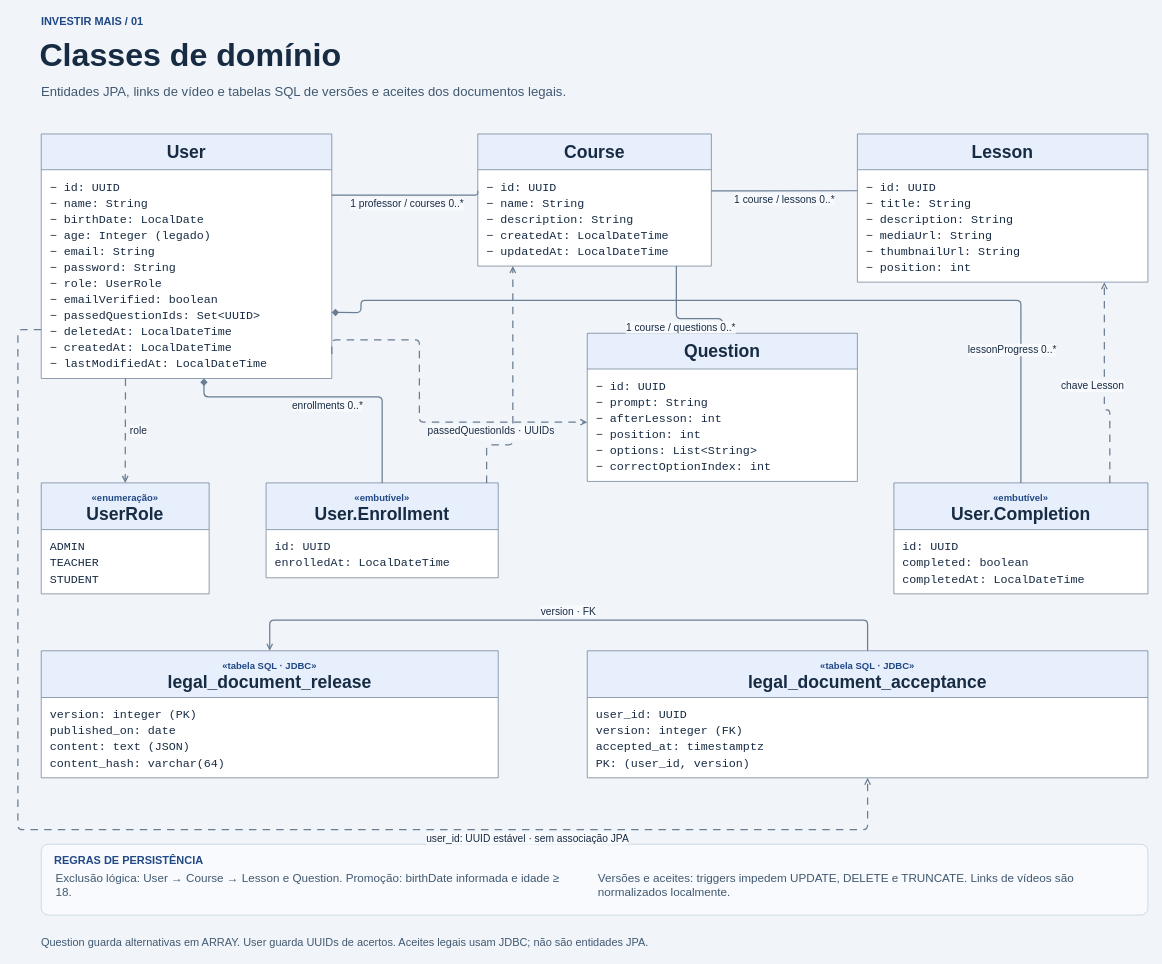
This is page "01 · Classes de domínio" (1 of 5) of docs/diagramas/investir-mais.drawio from GabrielYYM/INVESTIR-MAIS, a draw.io file, before an edit. Source tidied: cells renumbered, new cells numbered last; positions are measured from the earlier drawing's top-left corner, leaving out a move shared by most shapes. Both pictures are drawn from the tidied source at 73%, with x=0, y=0 at pixel (18, 12).
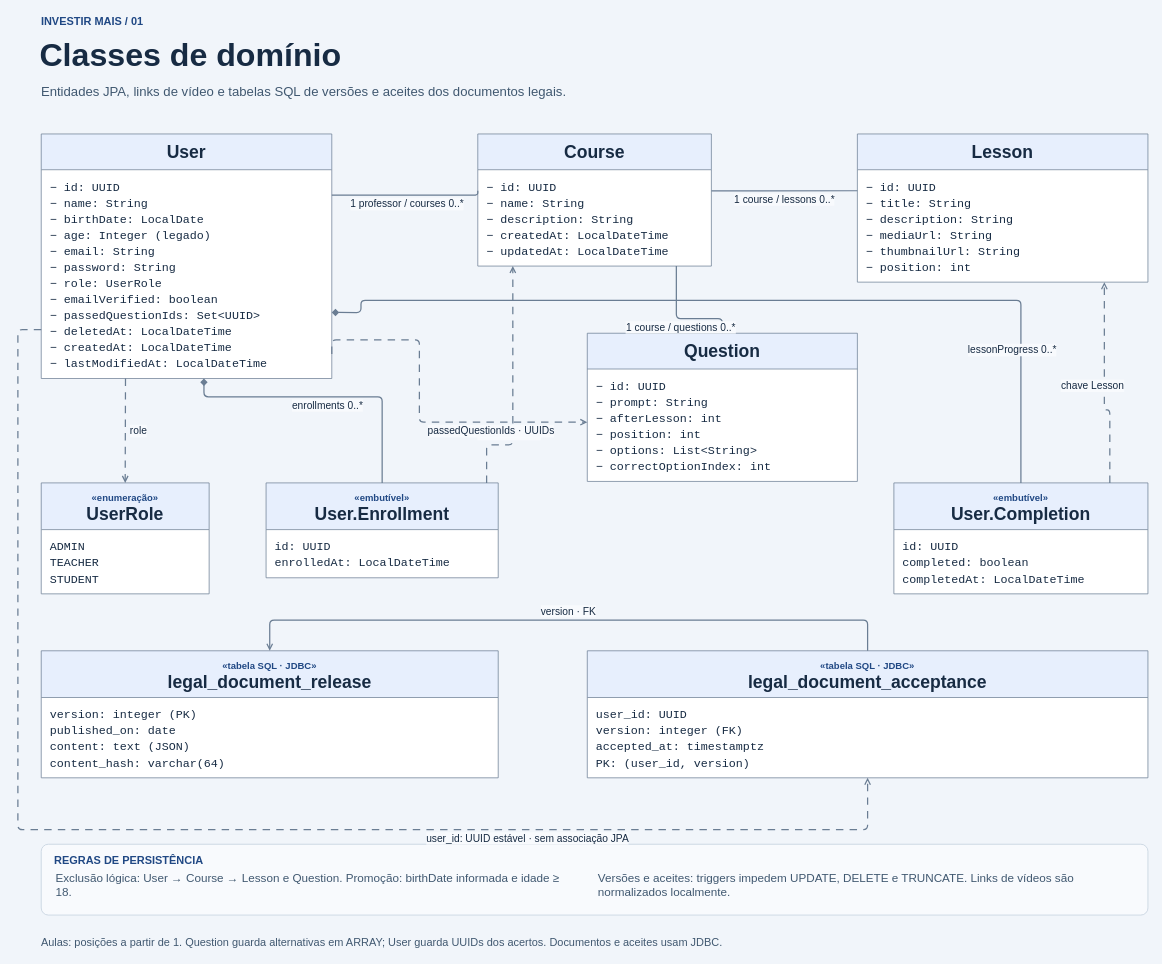
The same page after the edit.

The edit, as a diff of the source:
```diff
@@
-    <mxCell id="5" value="Question guarda alternativas em ARRAY. User guarda UUIDs de acertos. Aceites legais usam JDBC; não são entidades JPA." style="html=1;whiteSpace=wrap;text;strokeColor=none;fillColor=none;fontSize=15;fontColor=#405870;fontStyle=0;align=left;verticalAlign=middle;spacing=0;" parent="1" vertex="1">
+    <mxCell id="5" value="Aulas: posições a partir de 1. Question guarda alternativas em ARRAY; User guarda UUIDs dos acertos. Documentos e aceites usam JDBC." style="html=1;whiteSpace=wrap;text;strokeColor=none;fillColor=none;fontSize=15;fontColor=#405870;fontStyle=0;align=left;verticalAlign=middle;spacing=0;" parent="1" vertex="1">
       <mxGeometry x="32" y="1259" width="1516" height="28" as="geometry" />
     </mxCell>
```
